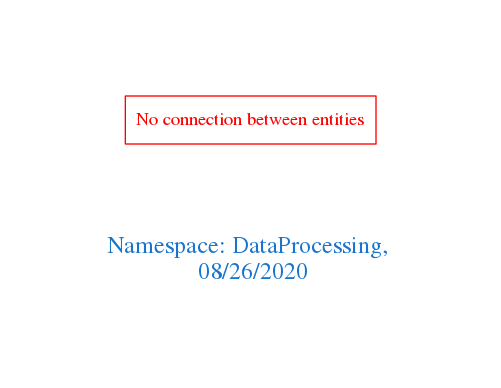
Before: downloads/DataProcessing.png, a diagram exported from Graphviz (arago/OGIT). Its source is kept beside it as downloads/DataProcessing.dot.
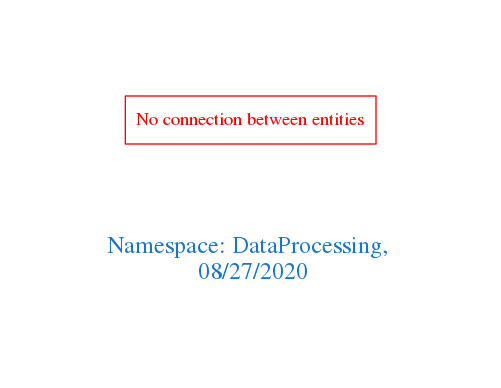
After the change.

The edit, as a diff of the source:
```diff
@@ -1,7 +1,7 @@
 digraph OGIT_ontology {
  graph [ rankdir= LR,pad=1
 fontsize = 18,
-fontcolor= dodgerblue3,label = "\n\n\nNamespace: DataProcessing, \n 08/26/2020"];
+fontcolor= dodgerblue3,label = "\n\n\nNamespace: DataProcessing, \n 08/27/2020"];
 node[shape=polygon];
 edge [  color="gray81"];
 
```
